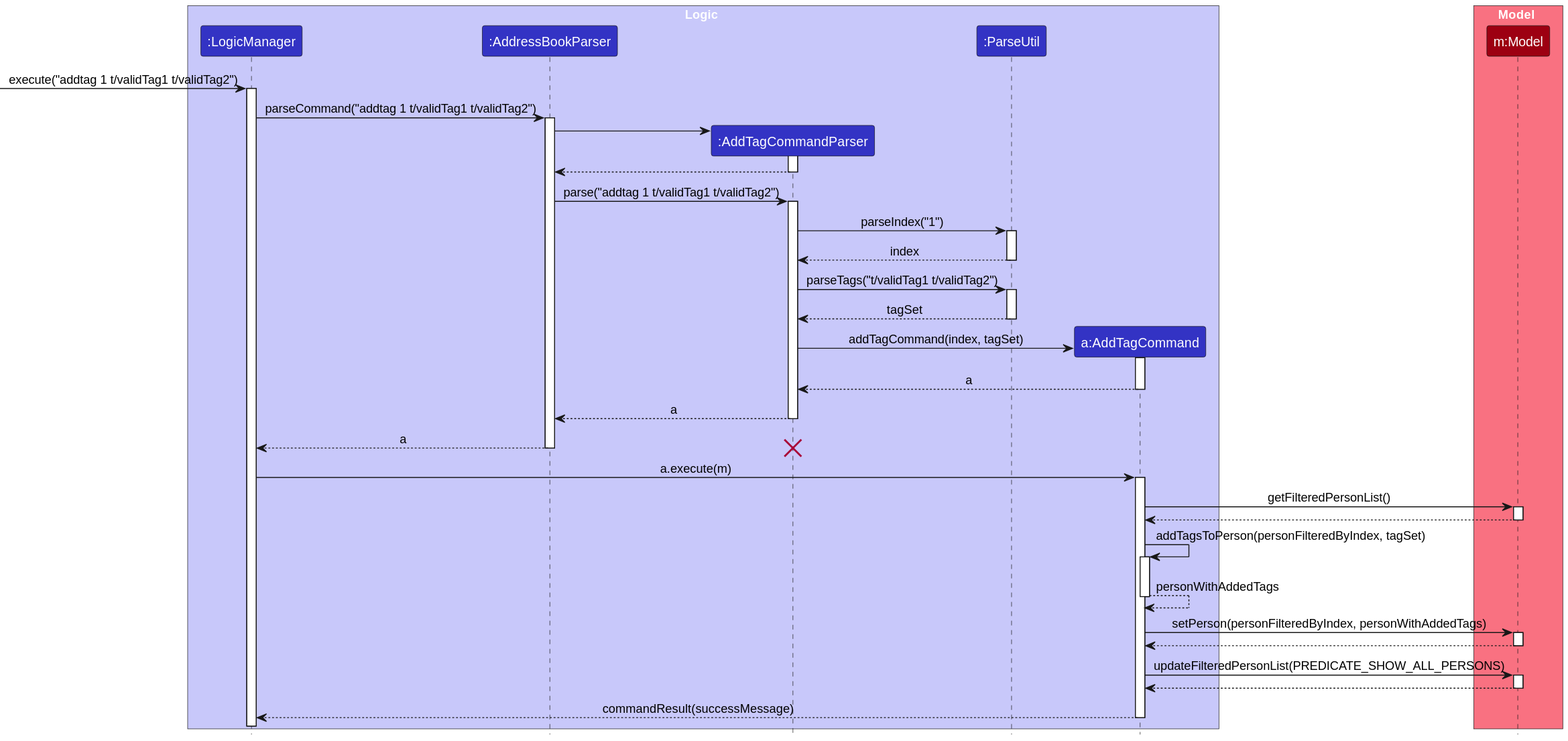
This is docs/images/AddTagSequenceDiagram.svg from nus-cs2103-AY2324S2/tp, a PlantUML export, as it was before one commit.
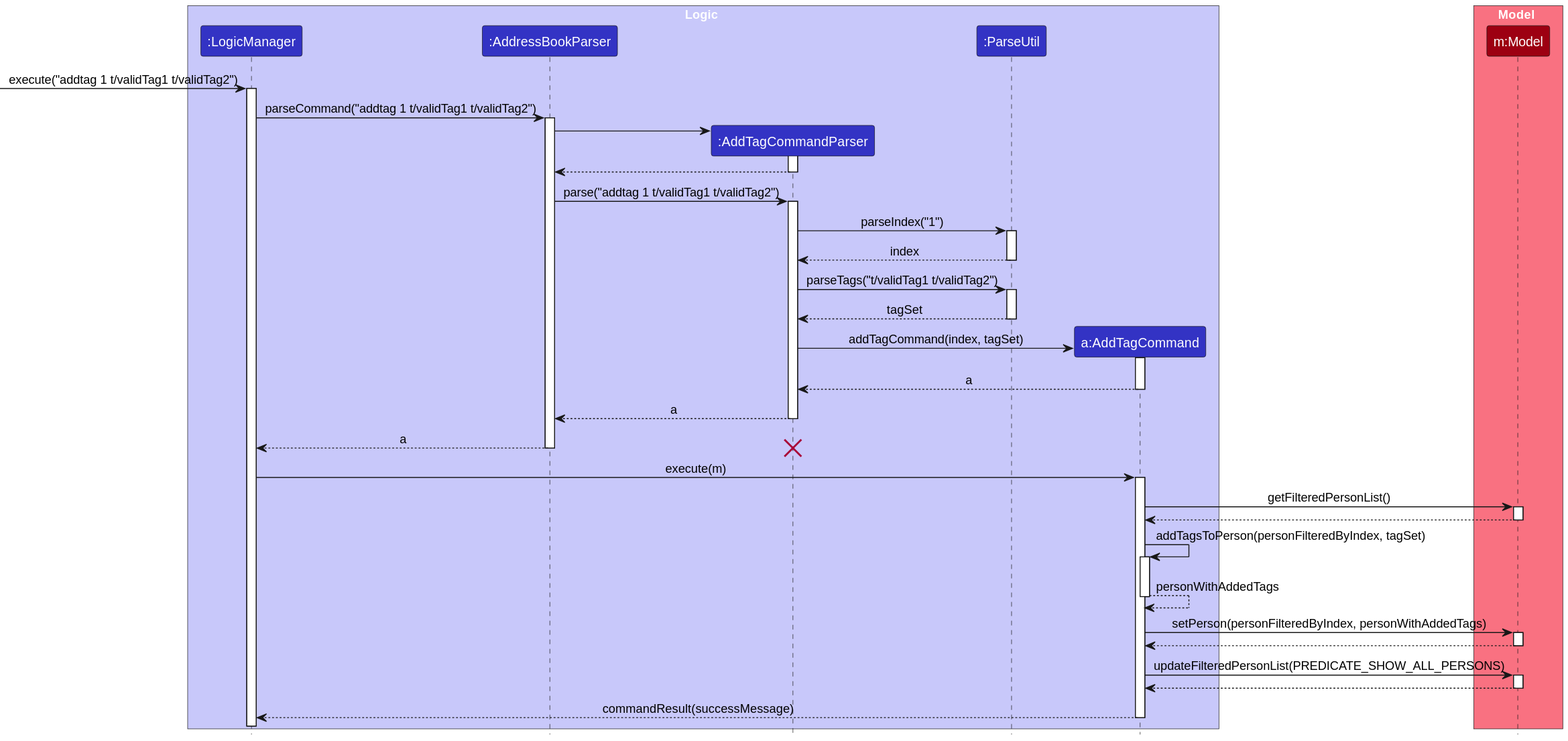
Above is the later version.

Commit message:
Update add tag sequence diagram and developer guide

The edit, as a diff of the source:
```diff
@@ -56,7 +56,7 @@
 deactivate AddressBookParser
 destroy AddTagCommandParser
 
-LogicManager -> AddTagCommand : a.execute(m)
+LogicManager -> AddTagCommand : execute(m)
 activate AddTagCommand
 
 
```
